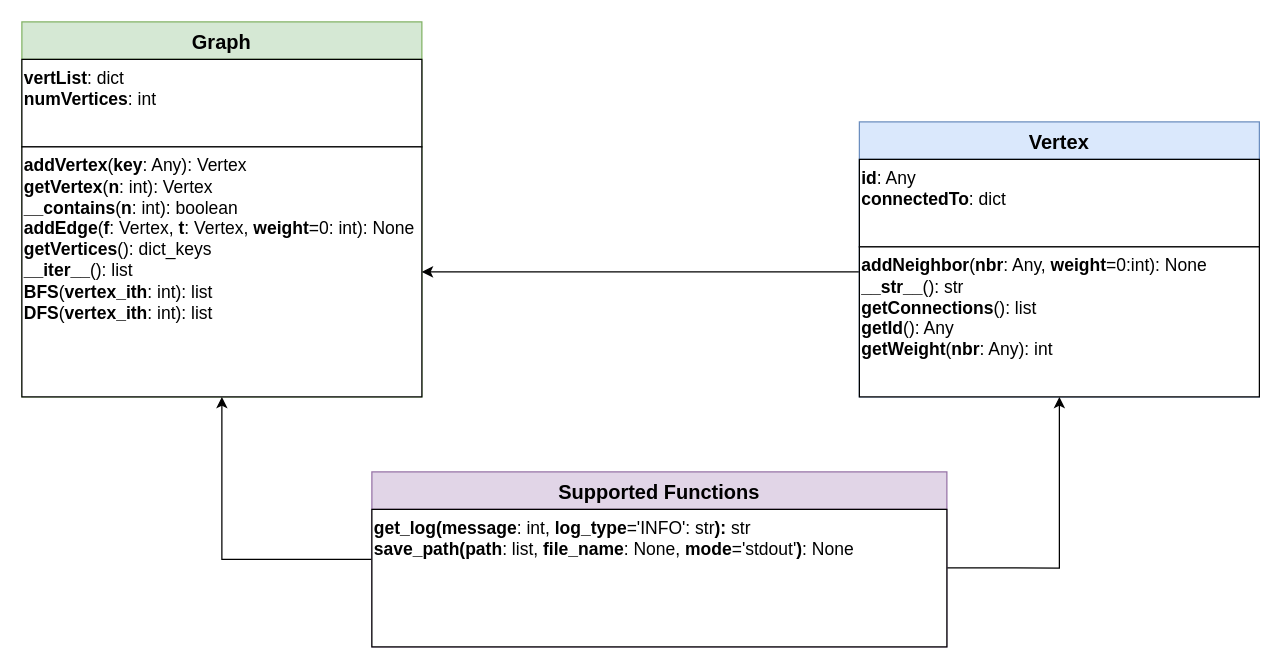
Above: doc/img/schema.drawio in baolongnguyenmac/mm4ai-lab03 (draw.io), before the change. Source tidied: cells renumbered, new cells numbered last; positions are measured from the earlier drawing's top-left corner, leaving out a move shared by most shapes. Both pictures are drawn from the tidied source at 125%, with x=0, y=0 at pixel (21, 21).
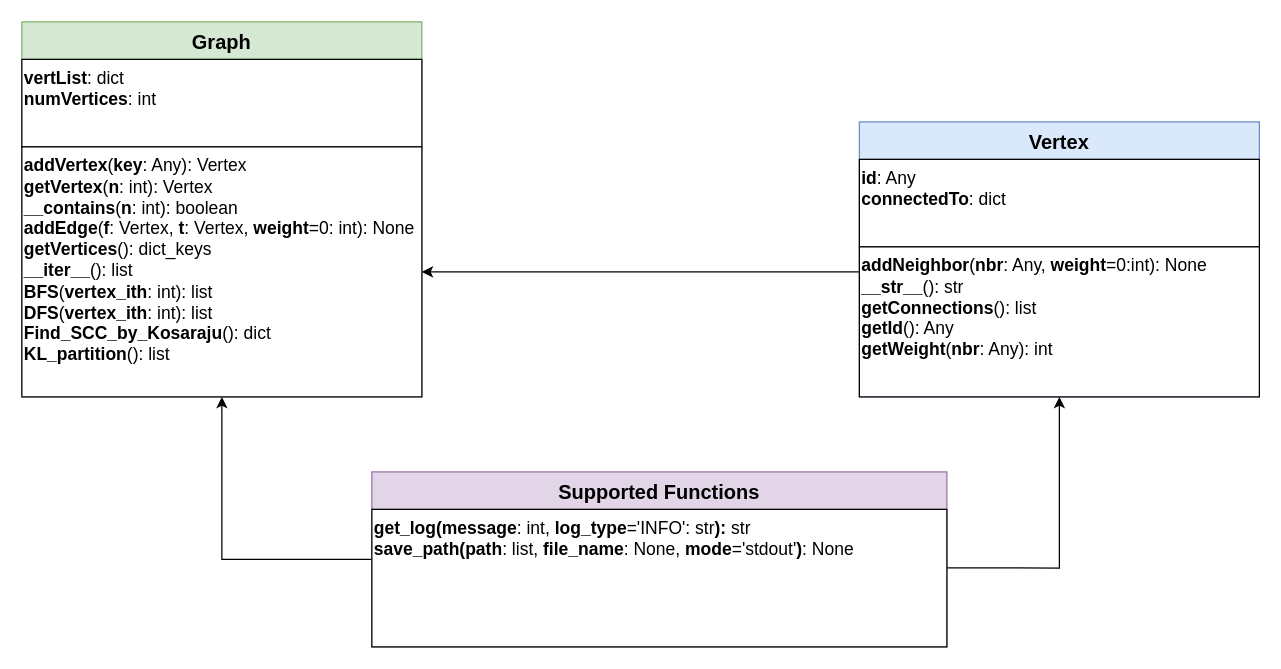
Above is the later version.

What changed in the source:
```diff
@@
 <mxGraphModel>
   <root>
     <mxCell id="0" />
     <mxCell id="1" parent="0" />
     <mxCell id="2" value="Graph" style="swimlane;startSize=30;fontSize=16;fillColor=#d5e8d4;strokeColor=#82b366;" parent="1" vertex="1">
       <mxGeometry width="320" height="300" as="geometry" />
     </mxCell>
     <mxCell id="3" value="&lt;div style=&quot;font-size: 14px;&quot;&gt;&lt;span style=&quot;background-color: initial;&quot;&gt;&lt;font style=&quot;font-size: 14px;&quot;&gt;&lt;b&gt;vertList&lt;/b&gt;: dict&lt;/font&gt;&lt;/span&gt;&lt;/div&gt;&lt;div style=&quot;font-size: 14px;&quot;&gt;&lt;span style=&quot;background-color: initial;&quot;&gt;&lt;font style=&quot;font-size: 14px;&quot;&gt;&lt;b&gt;numVertices&lt;/b&gt;: int&lt;/font&gt;&lt;/span&gt;&lt;/div&gt;" style="rounded=0;whiteSpace=wrap;html=1;align=left;verticalAlign=top;" parent="2" vertex="1">
       <mxGeometry y="30" width="320" height="70" as="geometry" />
     </mxCell>
-    <mxCell id="4" value="&lt;div style=&quot;font-size: 14px;&quot;&gt;&lt;b&gt;addVertex&lt;/b&gt;(&lt;b style=&quot;&quot;&gt;key&lt;/b&gt;: Any): Vertex&lt;/div&gt;&lt;div style=&quot;font-size: 14px;&quot;&gt;&lt;b&gt;getVertex&lt;/b&gt;(&lt;b&gt;n&lt;/b&gt;: int): Vertex&lt;/div&gt;&lt;div style=&quot;font-size: 14px;&quot;&gt;&lt;b&gt;__contains&lt;/b&gt;(&lt;b&gt;n&lt;/b&gt;: int): boolean&lt;/div&gt;&lt;div style=&quot;font-size: 14px;&quot;&gt;&lt;b&gt;addEdge&lt;/b&gt;(&lt;b&gt;f&lt;/b&gt;: Vertex, &lt;b&gt;t&lt;/b&gt;: Vertex, &lt;b&gt;weight&lt;/b&gt;=0: int): None&lt;/div&gt;&lt;div style=&quot;font-size: 14px;&quot;&gt;&lt;b&gt;getVertices&lt;/b&gt;(): dict_keys&lt;/div&gt;&lt;div style=&quot;font-size: 14px;&quot;&gt;&lt;b&gt;__iter__&lt;/b&gt;(): list&lt;/div&gt;&lt;div style=&quot;font-size: 14px;&quot;&gt;&lt;b&gt;BFS&lt;/b&gt;(&lt;b&gt;vertex_ith&lt;/b&gt;: int): list&lt;/div&gt;&lt;div style=&quot;font-size: 14px;&quot;&gt;&lt;b&gt;DFS&lt;/b&gt;(&lt;b&gt;vertex_ith&lt;/b&gt;: int): list&lt;/div&gt;" style="rounded=0;whiteSpace=wrap;html=1;align=left;verticalAlign=top;" parent="2" vertex="1">
+    <mxCell id="4" value="&lt;div style=&quot;font-size: 14px;&quot;&gt;&lt;b&gt;addVertex&lt;/b&gt;(&lt;b style=&quot;&quot;&gt;key&lt;/b&gt;: Any): Vertex&lt;/div&gt;&lt;div style=&quot;font-size: 14px;&quot;&gt;&lt;b&gt;getVertex&lt;/b&gt;(&lt;b&gt;n&lt;/b&gt;: int): Vertex&lt;/div&gt;&lt;div style=&quot;font-size: 14px;&quot;&gt;&lt;b&gt;__contains&lt;/b&gt;(&lt;b&gt;n&lt;/b&gt;: int): boolean&lt;/div&gt;&lt;div style=&quot;font-size: 14px;&quot;&gt;&lt;b&gt;addEdge&lt;/b&gt;(&lt;b&gt;f&lt;/b&gt;: Vertex, &lt;b&gt;t&lt;/b&gt;: Vertex, &lt;b&gt;weight&lt;/b&gt;=0: int): None&lt;/div&gt;&lt;div style=&quot;font-size: 14px;&quot;&gt;&lt;b&gt;getVertices&lt;/b&gt;(): dict_keys&lt;/div&gt;&lt;div style=&quot;font-size: 14px;&quot;&gt;&lt;b&gt;__iter__&lt;/b&gt;(): list&lt;/div&gt;&lt;div style=&quot;font-size: 14px;&quot;&gt;&lt;b&gt;BFS&lt;/b&gt;(&lt;b&gt;vertex_ith&lt;/b&gt;: int): list&lt;/div&gt;&lt;div style=&quot;font-size: 14px;&quot;&gt;&lt;b&gt;DFS&lt;/b&gt;(&lt;b&gt;vertex_ith&lt;/b&gt;: int): list&lt;/div&gt;&lt;div style=&quot;&quot;&gt;&lt;font style=&quot;font-size: 14px;&quot;&gt;&lt;b&gt;Find_SCC_by_Kosaraju&lt;/b&gt;(): dict&lt;/font&gt;&lt;br&gt;&lt;/div&gt;&lt;div style=&quot;&quot;&gt;&lt;span style=&quot;font-size: 14px;&quot;&gt;&lt;b&gt;KL_partition&lt;/b&gt;(): list&lt;/span&gt;&lt;/div&gt;" style="rounded=0;whiteSpace=wrap;html=1;align=left;verticalAlign=top;" parent="2" vertex="1">
       <mxGeometry y="100" width="320" height="200" as="geometry" />
     </mxCell>
     <mxCell id="5" style="rounded=0;jettySize=auto;html=1;fontSize=16;entryX=1;entryY=0.5;entryDx=0;entryDy=0;" parent="1" edge="1" target="4">
       <mxGeometry relative="1" as="geometry">
         <mxPoint x="672" y="200" as="sourcePoint" />
       </mxGeometry>
     </mxCell>
     <mxCell id="6" value="Vertex" style="swimlane;startSize=30;fontSize=16;fillColor=#dae8fc;strokeColor=#6c8ebf;" parent="1" vertex="1">
       <mxGeometry x="670" y="80" width="320" height="220" as="geometry" />
     </mxCell>
     <mxCell id="7" value="&lt;div style=&quot;font-size: 14px;&quot;&gt;&lt;span style=&quot;background-color: initial;&quot;&gt;&lt;font style=&quot;font-size: 14px;&quot;&gt;&lt;b&gt;id&lt;/b&gt;: Any&lt;/font&gt;&lt;/span&gt;&lt;/div&gt;&lt;div style=&quot;font-size: 14px;&quot;&gt;&lt;span style=&quot;background-color: initial;&quot;&gt;&lt;font style=&quot;font-size: 14px;&quot;&gt;&lt;b&gt;connectedTo&lt;/b&gt;: dict&lt;/font&gt;&lt;/span&gt;&lt;/div&gt;" style="rounded=0;whiteSpace=wrap;html=1;align=left;verticalAlign=top;" parent="6" vertex="1">
       <mxGeometry y="30" width="320" height="70" as="geometry" />
     </mxCell>
     <mxCell id="8" value="&lt;div style=&quot;font-size: 14px;&quot;&gt;&lt;b&gt;addNeighbor&lt;/b&gt;(&lt;b&gt;nbr&lt;/b&gt;: Any, &lt;b&gt;weight&lt;/b&gt;=0:int): None&lt;/div&gt;&lt;div style=&quot;font-size: 14px;&quot;&gt;&lt;b&gt;__str__&lt;/b&gt;(): str&lt;/div&gt;&lt;div style=&quot;font-size: 14px;&quot;&gt;&lt;b&gt;getConnections&lt;/b&gt;(): list&lt;/div&gt;&lt;div style=&quot;font-size: 14px;&quot;&gt;&lt;b&gt;getId&lt;/b&gt;(): Any&lt;/div&gt;&lt;div style=&quot;font-size: 14px;&quot;&gt;&lt;b&gt;getWeight&lt;/b&gt;(&lt;b&gt;nbr&lt;/b&gt;: Any): int&lt;br&gt;&lt;/div&gt;" style="rounded=0;whiteSpace=wrap;html=1;align=left;verticalAlign=top;" parent="6" vertex="1">
       <mxGeometry y="100" width="320" height="120" as="geometry" />
     </mxCell>
     <mxCell id="9" style="edgeStyle=orthogonalEdgeStyle;rounded=0;jettySize=auto;html=1;exitX=0;exitY=0.5;exitDx=0;exitDy=0;entryX=0.5;entryY=1;entryDx=0;entryDy=0;fontSize=16;" parent="1" edge="1" source="11" target="4">
       <mxGeometry relative="1" as="geometry" />
     </mxCell>
     <mxCell id="10" style="edgeStyle=orthogonalEdgeStyle;rounded=0;jettySize=auto;html=1;entryX=0.5;entryY=1;entryDx=0;entryDy=0;fontSize=16;exitX=0.998;exitY=0.426;exitDx=0;exitDy=0;exitPerimeter=0;" parent="1" edge="1" source="12" target="8">
       <mxGeometry relative="1" as="geometry" />
     </mxCell>
     <mxCell id="11" value="Supported Functions" style="swimlane;startSize=30;fontSize=16;fillColor=#e1d5e7;strokeColor=#9673a6;" parent="1" vertex="1">
       <mxGeometry x="280" y="360" width="460" height="140" as="geometry" />
     </mxCell>
     <mxCell id="12" value="&lt;div style=&quot;font-size: 14px;&quot;&gt;&lt;b&gt;get_log(message&lt;/b&gt;: int, &lt;b&gt;log_type&lt;/b&gt;='INFO': str&lt;b&gt;): &lt;/b&gt;str&lt;/div&gt;&lt;div style=&quot;font-size: 14px;&quot;&gt;&lt;b&gt;save_path(path&lt;/b&gt;: list, &lt;b&gt;file_name&lt;/b&gt;: None, &lt;b&gt;mode&lt;/b&gt;='stdout'&lt;b&gt;)&lt;/b&gt;: None&lt;/div&gt;" style="rounded=0;whiteSpace=wrap;html=1;align=left;verticalAlign=top;" parent="11" vertex="1">
       <mxGeometry y="30" width="460" height="110" as="geometry" />
     </mxCell>
   </root>
 </mxGraphModel>
```
